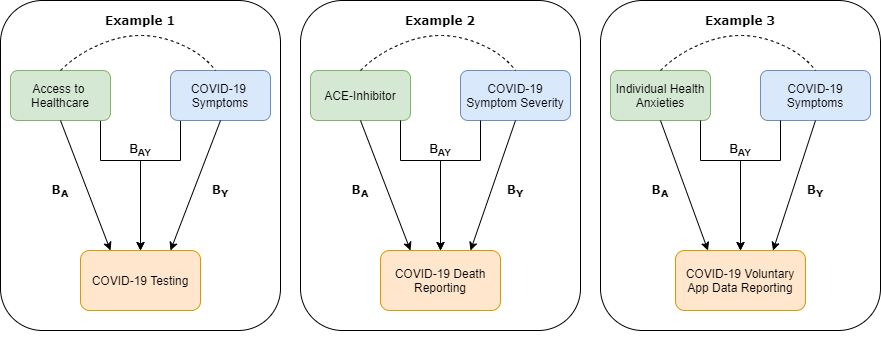
Before: www/COVID Colliders.png, a diagram exported from draw.io (Zimbabwelsh/AscRtainShiny). Source tidied: cells renumbered, new cells last; positions are measured from the earlier drawing's top-left corner, leaving out a move shared by most shapes.
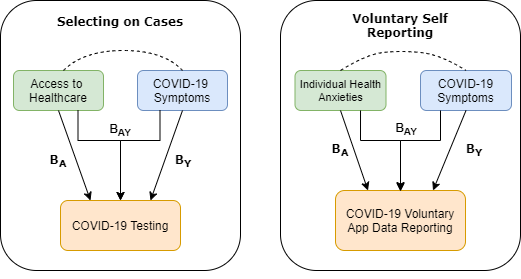
Later version of the same file.

Diff of the diagram source:
```diff
@@ -2,37 +2,14 @@
   <root>
     <mxCell id="0" />
     <mxCell id="1" parent="0" />
-    <mxCell id="2" style="rounded=1;whiteSpace=wrap;html=1;fillColor=none;fontFamily=Verdana;" parent="1" vertex="1">
-      <mxGeometry x="300" width="280" height="330" as="geometry" />
-    </mxCell>
     <mxCell id="3" style="rounded=1;whiteSpace=wrap;html=1;fillColor=none;fontFamily=Verdana;" parent="1" vertex="1">
-      <mxGeometry width="280" height="330" as="geometry" />
+      <mxGeometry width="240" height="270" as="geometry" />
     </mxCell>
-    <mxCell id="4" style="edgeStyle=orthogonalEdgeStyle;rounded=0;jettySize=auto;html=1;exitX=0.25;exitY=1;exitDx=0;exitDy=0;" parent="1" edge="1" source="5">
-      <mxGeometry relative="1" as="geometry">
-        <mxPoint x="140" y="250" as="targetPoint" />
-        <Array as="points">
-          <mxPoint x="180" y="120" />
-          <mxPoint x="180" y="160" />
-          <mxPoint x="140" y="160" />
-        </Array>
-      </mxGeometry>
-    </mxCell>
-    <mxCell id="5" value="COVID-19 &lt;br&gt;Symptoms" style="rounded=1;whiteSpace=wrap;html=1;fontSize=12;glass=0;strokeWidth=1;shadow=0;fillColor=#dae8fc;strokeColor=#6c8ebf;" parent="1" vertex="1">
-      <mxGeometry x="170" y="70" width="100" height="50" as="geometry" />
+    <mxCell id="5" value="COVID-19 &lt;br style=&quot;font-size: 12px;&quot;&gt;Symptoms" style="rounded=1;whiteSpace=wrap;html=1;fontSize=12;glass=0;strokeWidth=1;shadow=0;fillColor=#dae8fc;strokeColor=#6c8ebf;" parent="1" vertex="1">
+      <mxGeometry x="137" y="70" width="90" height="40" as="geometry" />
     </mxCell>
-    <mxCell id="6" style="edgeStyle=orthogonalEdgeStyle;rounded=0;jettySize=auto;html=1;exitX=0.75;exitY=1;exitDx=0;exitDy=0;" parent="1" edge="1" source="7">
-      <mxGeometry relative="1" as="geometry">
-        <mxPoint x="140" y="250" as="targetPoint" />
-        <Array as="points">
-          <mxPoint x="100" y="120" />
-          <mxPoint x="100" y="160" />
-          <mxPoint x="140" y="160" />
-        </Array>
-      </mxGeometry>
-    </mxCell>
-    <mxCell id="7" value="Access to &lt;br&gt;Healthcare" style="rounded=1;whiteSpace=wrap;html=1;fontSize=12;glass=0;strokeWidth=1;shadow=0;fillColor=#d5e8d4;strokeColor=#82b366;" parent="1" vertex="1">
-      <mxGeometry x="10" y="70" width="100" height="50" as="geometry" />
+    <mxCell id="7" value="Access to &lt;br style=&quot;font-size: 12px;&quot;&gt;Healthcare" style="rounded=1;whiteSpace=wrap;html=1;fontSize=12;glass=0;strokeWidth=1;shadow=0;fillColor=#d5e8d4;strokeColor=#82b366;" parent="1" vertex="1">
+      <mxGeometry x="13" y="70" width="90" height="40" as="geometry" />
     </mxCell>
     <mxCell id="8" style="endArrow=classic;html=1;exitX=0.5;exitY=1;exitDx=0;exitDy=0;entryX=0.25;entryY=0;entryDx=0;entryDy=0;" parent="1" edge="1" source="7" target="10">
       <mxGeometry relative="1" as="geometry" />
@@ -40,73 +17,35 @@
     <mxCell id="9" style="endArrow=classic;html=1;exitX=0.5;exitY=1;exitDx=0;exitDy=0;rounded=1;entryX=0.75;entryY=0;entryDx=0;entryDy=0;" parent="1" edge="1" source="5" target="10">
       <mxGeometry relative="1" as="geometry" />
     </mxCell>
-    <mxCell id="10" value="COVID-19 Testing" style="rounded=1;whiteSpace=wrap;html=1;fillColor=#ffe6cc;strokeColor=#d79b00;" parent="1" vertex="1">
-      <mxGeometry x="80" y="250" width="120" height="60" as="geometry" />
-    </mxCell>
     <mxCell id="11" value="B&lt;sub&gt;Y&lt;/sub&gt;" style="text;html=1;strokeColor=none;fillColor=none;align=center;verticalAlign=middle;whiteSpace=wrap;rounded=0;fontFamily=Verdana;fontStyle=1;" parent="1" vertex="1">
-      <mxGeometry x="200" y="180" width="40" height="20" as="geometry" />
+      <mxGeometry x="163" y="150" width="40" height="20" as="geometry" />
     </mxCell>
     <mxCell id="12" value="B&lt;sub&gt;A&lt;/sub&gt;" style="text;html=1;strokeColor=none;fillColor=none;align=center;verticalAlign=middle;whiteSpace=wrap;rounded=0;fontFamily=Verdana;fontStyle=1;" parent="1" vertex="1">
-      <mxGeometry x="40" y="180" width="40" height="20" as="geometry" />
+      <mxGeometry x="38" y="150" width="40" height="20" as="geometry" />
     </mxCell>
-    <mxCell id="13" value="COVID-19 Symptom Severity" style="rounded=1;whiteSpace=wrap;html=1;fontSize=12;glass=0;strokeWidth=1;shadow=0;fillColor=#dae8fc;strokeColor=#6c8ebf;" parent="1" vertex="1">
-      <mxGeometry x="460" y="70" width="110" height="50" as="geometry" />
-    </mxCell>
-    <mxCell id="14" value="ACE-Inhibitor" style="rounded=1;whiteSpace=wrap;html=1;fontSize=12;glass=0;strokeWidth=1;shadow=0;fillColor=#d5e8d4;strokeColor=#82b366;" parent="1" vertex="1">
-      <mxGeometry x="310" y="70" width="100" height="50" as="geometry" />
-    </mxCell>
-    <mxCell id="15" style="endArrow=classic;html=1;exitX=0.5;exitY=1;exitDx=0;exitDy=0;entryX=0.25;entryY=0;entryDx=0;entryDy=0;" parent="1" edge="1" source="14" target="17">
-      <mxGeometry relative="1" as="geometry" />
-    </mxCell>
-    <mxCell id="16" style="endArrow=classic;html=1;exitX=0.5;exitY=1;exitDx=0;exitDy=0;entryX=0.75;entryY=0;entryDx=0;entryDy=0;rounded=1;" parent="1" edge="1" source="13" target="17">
-      <mxGeometry relative="1" as="geometry" />
-    </mxCell>
-    <mxCell id="17" value="COVID-19 Death Reporting" style="rounded=1;whiteSpace=wrap;html=1;fillColor=#ffe6cc;strokeColor=#d79b00;" parent="1" vertex="1">
-      <mxGeometry x="380" y="250" width="120" height="60" as="geometry" />
-    </mxCell>
-    <mxCell id="18" value="B&lt;sub&gt;Y&lt;/sub&gt;" style="text;html=1;strokeColor=none;fillColor=none;align=center;verticalAlign=middle;whiteSpace=wrap;rounded=0;fontFamily=Verdana;fontStyle=1;" parent="1" vertex="1">
-      <mxGeometry x="495" y="180" width="40" height="20" as="geometry" />
-    </mxCell>
-    <mxCell id="19" value="B&lt;sub&gt;A&lt;/sub&gt;" style="text;html=1;strokeColor=none;fillColor=none;align=center;verticalAlign=middle;whiteSpace=wrap;rounded=0;fontFamily=Verdana;fontStyle=1;" parent="1" vertex="1">
-      <mxGeometry x="340" y="180" width="40" height="20" as="geometry" />
-    </mxCell>
-    <mxCell id="20" value="Example 1" style="text;html=1;strokeColor=none;fillColor=none;align=center;verticalAlign=middle;whiteSpace=wrap;rounded=0;fontFamily=Verdana;fontStyle=1;" parent="1" vertex="1">
-      <mxGeometry x="100" y="10" width="80" height="20" as="geometry" />
+    <mxCell id="20" value="Selecting on Cases" style="text;html=1;strokeColor=none;fillColor=none;align=center;verticalAlign=middle;whiteSpace=wrap;rounded=0;fontFamily=Verdana;fontStyle=1;" parent="1" vertex="1">
+      <mxGeometry x="55" y="11" width="130" height="20" as="geometry" />
     </mxCell>
-    <mxCell id="21" value="Example 2" style="text;html=1;strokeColor=none;fillColor=none;align=center;verticalAlign=middle;whiteSpace=wrap;rounded=0;fontFamily=Verdana;fontStyle=1;" parent="1" vertex="1">
-      <mxGeometry x="400" y="10" width="80" height="20" as="geometry" />
-    </mxCell>
     <mxCell id="22" style="edgeStyle=orthogonalEdgeStyle;rounded=0;orthogonalLoop=1;jettySize=auto;html=1;exitX=0.5;exitY=1;exitDx=0;exitDy=0;" parent="1" edge="1" source="3" target="3">
       <mxGeometry relative="1" as="geometry" />
     </mxCell>
-    <mxCell id="23" style="curved=1;endArrow=none;html=1;exitX=0.5;exitY=0;exitDx=0;exitDy=0;entryX=0.5;entryY=0;entryDx=0;entryDy=0;dashed=1;strokeColor=#000000;startArrow=none;startFill=0;endFill=0;" parent="1" edge="1" source="14" target="13">
-      <mxGeometry relative="1" as="geometry">
-        <Array as="points">
-          <mxPoint x="380" y="50" />
-          <mxPoint x="440" y="30" />
-          <mxPoint x="500" y="50" />
-        </Array>
-      </mxGeometry>
-    </mxCell>
-    <mxCell id="24" style="curved=1;endArrow=none;html=1;exitX=0.5;exitY=0;exitDx=0;exitDy=0;entryX=0.5;entryY=0;entryDx=0;entryDy=0;dashed=1;strokeColor=#000000;startArrow=none;startFill=0;endFill=0;" parent="1" edge="1">
+    <mxCell id="24" style="curved=1;endArrow=none;html=1;exitX=0.5;exitY=0;exitDx=0;exitDy=0;entryX=0.5;entryY=0;entryDx=0;entryDy=0;dashed=1;strokeColor=#000000;startArrow=none;startFill=0;endFill=0;" parent="1" edge="1" target="5">
       <mxGeometry relative="1" as="geometry">
-        <mxPoint x="60" y="70" as="sourcePoint" />
-        <mxPoint x="215" y="70" as="targetPoint" />
+        <mxPoint x="63" y="70" as="sourcePoint" />
         <Array as="points">
-          <mxPoint x="80" y="50" />
-          <mxPoint x="140" y="30" />
-          <mxPoint x="200" y="50" />
+          <mxPoint x="83" y="50" />
+          <mxPoint x="163" y="50" />
         </Array>
       </mxGeometry>
     </mxCell>
     <mxCell id="25" style="rounded=1;whiteSpace=wrap;html=1;fillColor=none;fontFamily=Verdana;" parent="1" vertex="1">
-      <mxGeometry x="600" width="280" height="330" as="geometry" />
+      <mxGeometry x="280" width="240" height="270" as="geometry" />
     </mxCell>
     <mxCell id="26" value="COVID-19 Symptoms" style="rounded=1;whiteSpace=wrap;html=1;fontSize=12;glass=0;strokeWidth=1;shadow=0;fillColor=#dae8fc;strokeColor=#6c8ebf;" parent="1" vertex="1">
-      <mxGeometry x="760" y="70" width="110" height="50" as="geometry" />
+      <mxGeometry x="420" y="70" width="91" height="40" as="geometry" />
     </mxCell>
-    <mxCell id="27" value="Individual Health Anxieties" style="rounded=1;whiteSpace=wrap;html=1;fontSize=12;glass=0;strokeWidth=1;shadow=0;fillColor=#d5e8d4;strokeColor=#82b366;" parent="1" vertex="1">
-      <mxGeometry x="610" y="70" width="100" height="50" as="geometry" />
+    <mxCell id="27" value="Individual Health Anxieties" style="rounded=1;whiteSpace=wrap;html=1;fontSize=11;glass=0;strokeWidth=1;shadow=0;fillColor=#d5e8d4;strokeColor=#82b366;" parent="1" vertex="1">
+      <mxGeometry x="294.5" y="70" width="91" height="40" as="geometry" />
     </mxCell>
     <mxCell id="28" style="endArrow=classic;html=1;exitX=0.5;exitY=1;exitDx=0;exitDy=0;entryX=0.25;entryY=0;entryDx=0;entryDy=0;" parent="1" edge="1" source="27" target="30">
       <mxGeometry relative="1" as="geometry" />
@@ -114,79 +53,73 @@
     <mxCell id="29" style="endArrow=classic;html=1;exitX=0.5;exitY=1;exitDx=0;exitDy=0;entryX=0.75;entryY=0;entryDx=0;entryDy=0;rounded=1;" parent="1" edge="1" source="26" target="30">
       <mxGeometry relative="1" as="geometry" />
     </mxCell>
-    <mxCell id="30" value="COVID-19 Voluntary App Data Reporting" style="rounded=1;whiteSpace=wrap;html=1;fillColor=#ffe6cc;strokeColor=#d79b00;" parent="1" vertex="1">
-      <mxGeometry x="675" y="250" width="130" height="60" as="geometry" />
+    <mxCell id="30" value="COVID-19 Voluntary App Data Reporting" style="rounded=1;whiteSpace=wrap;html=1;fillColor=#ffe6cc;strokeColor=#d79b00;fontSize=12;" parent="1" vertex="1">
+      <mxGeometry x="335" y="190" width="130" height="60" as="geometry" />
     </mxCell>
     <mxCell id="31" value="B&lt;sub&gt;Y&lt;/sub&gt;" style="text;html=1;strokeColor=none;fillColor=none;align=center;verticalAlign=middle;whiteSpace=wrap;rounded=0;fontFamily=Verdana;fontStyle=1;" parent="1" vertex="1">
-      <mxGeometry x="795" y="180" width="40" height="20" as="geometry" />
+      <mxGeometry x="454" y="139" width="40" height="20" as="geometry" />
     </mxCell>
     <mxCell id="32" value="B&lt;sub&gt;A&lt;/sub&gt;" style="text;html=1;strokeColor=none;fillColor=none;align=center;verticalAlign=middle;whiteSpace=wrap;rounded=0;fontFamily=Verdana;fontStyle=1;" parent="1" vertex="1">
-      <mxGeometry x="640" y="180" width="40" height="20" as="geometry" />
+      <mxGeometry x="320" y="139" width="40" height="20" as="geometry" />
     </mxCell>
-    <mxCell id="33" value="Example 3" style="text;html=1;strokeColor=none;fillColor=none;align=center;verticalAlign=middle;whiteSpace=wrap;rounded=0;fontFamily=Verdana;fontStyle=1;" parent="1" vertex="1">
-      <mxGeometry x="700" y="10" width="80" height="20" as="geometry" />
+    <mxCell id="33" value="Voluntary Self Reporting" style="text;html=1;strokeColor=none;fillColor=none;align=center;verticalAlign=middle;whiteSpace=wrap;rounded=0;fontFamily=Verdana;fontStyle=1;" parent="1" vertex="1">
+      <mxGeometry x="350" y="15" width="100" height="20" as="geometry" />
     </mxCell>
     <mxCell id="34" style="curved=1;endArrow=none;html=1;exitX=0.5;exitY=0;exitDx=0;exitDy=0;entryX=0.5;entryY=0;entryDx=0;entryDy=0;dashed=1;strokeColor=#000000;startArrow=none;startFill=0;endFill=0;" parent="1" edge="1" source="27" target="26">
       <mxGeometry relative="1" as="geometry">
         <Array as="points">
-          <mxPoint x="680" y="50" />
-          <mxPoint x="740" y="30" />
-          <mxPoint x="800" y="50" />
+          <mxPoint x="365.5" y="54" />
+          <mxPoint x="400" y="50" />
+          <mxPoint x="440" y="54" />
         </Array>
       </mxGeometry>
     </mxCell>
-    <mxCell id="35" style="edgeStyle=orthogonalEdgeStyle;rounded=0;orthogonalLoop=1;jettySize=auto;html=1;" parent="1" edge="1">
-      <mxGeometry relative="1" as="geometry">
-        <mxPoint x="400" y="120" as="sourcePoint" />
-        <mxPoint x="440" y="250" as="targetPoint" />
-        <Array as="points">
-          <mxPoint x="400" y="120" />
-          <mxPoint x="400" y="160" />
-          <mxPoint x="440" y="160" />
-        </Array>
-      </mxGeometry>
-    </mxCell>
-    <mxCell id="36" style="edgeStyle=orthogonalEdgeStyle;rounded=0;orthogonalLoop=1;jettySize=auto;html=1;" parent="1" edge="1">
-      <mxGeometry relative="1" as="geometry">
-        <mxPoint x="480" y="120" as="sourcePoint" />
-        <mxPoint x="440" y="250" as="targetPoint" />
-        <Array as="points">
-          <mxPoint x="480" y="120" />
-          <mxPoint x="480" y="160" />
-          <mxPoint x="440" y="160" />
-        </Array>
-      </mxGeometry>
-    </mxCell>
     <mxCell id="37" style="edgeStyle=orthogonalEdgeStyle;rounded=0;orthogonalLoop=1;jettySize=auto;html=1;" parent="1" edge="1">
       <mxGeometry relative="1" as="geometry">
-        <mxPoint x="780" y="120" as="sourcePoint" />
-        <mxPoint x="740" y="250" as="targetPoint" />
+        <mxPoint x="440" y="110" as="sourcePoint" />
+        <mxPoint x="400" y="191" as="targetPoint" />
         <Array as="points">
-          <mxPoint x="780" y="120" />
-          <mxPoint x="780" y="160" />
-          <mxPoint x="740" y="160" />
+          <mxPoint x="440" y="140" />
+          <mxPoint x="400" y="140" />
         </Array>
       </mxGeometry>
     </mxCell>
-    <mxCell id="38" style="edgeStyle=orthogonalEdgeStyle;rounded=0;orthogonalLoop=1;jettySize=auto;html=1;" parent="1" edge="1">
-      <mxGeometry relative="1" as="geometry">
-        <mxPoint x="700" y="120" as="sourcePoint" />
-        <mxPoint x="740" y="250" as="targetPoint" />
-        <Array as="points">
-          <mxPoint x="700" y="120" />
-          <mxPoint x="700" y="160" />
-          <mxPoint x="740" y="160" />
-        </Array>
-      </mxGeometry>
-    </mxCell>
     <mxCell id="39" value="&lt;b&gt;B&lt;sub&gt;AY&lt;/sub&gt;&lt;/b&gt;" style="text;html=1;strokeColor=none;fillColor=none;align=center;verticalAlign=middle;whiteSpace=wrap;rounded=0;" parent="1" vertex="1">
-      <mxGeometry x="120" y="140" width="40" height="20" as="geometry" />
+      <mxGeometry x="103" y="120" width="34" height="20" as="geometry" />
     </mxCell>
     <mxCell id="40" value="&lt;b&gt;B&lt;sub&gt;AY&lt;/sub&gt;&lt;/b&gt;" style="text;html=1;strokeColor=none;fillColor=none;align=center;verticalAlign=middle;whiteSpace=wrap;rounded=0;" parent="1" vertex="1">
-      <mxGeometry x="720" y="140" width="40" height="20" as="geometry" />
+      <mxGeometry x="385.5" y="119" width="40" height="20" as="geometry" />
     </mxCell>
-    <mxCell id="41" value="&lt;b&gt;B&lt;sub&gt;AY&lt;/sub&gt;&lt;/b&gt;" style="text;html=1;strokeColor=none;fillColor=none;align=center;verticalAlign=middle;whiteSpace=wrap;rounded=0;" parent="1" vertex="1">
-      <mxGeometry x="420" y="140" width="40" height="20" as="geometry" />
-    </mxCell>
+    <mxCell id="10" value="COVID-19 Testing" style="rounded=1;whiteSpace=wrap;html=1;fillColor=#ffe6cc;strokeColor=#d79b00;fontSize=12;" parent="1" vertex="1">
+      <mxGeometry x="60" y="200" width="120" height="50" as="geometry" />
+    </mxCell>
+    <mxCell id="42" style="edgeStyle=orthogonalEdgeStyle;rounded=0;orthogonalLoop=1;jettySize=auto;html=1;exitX=0.75;exitY=1;exitDx=0;exitDy=0;" parent="1" edge="1">
+      <mxGeometry relative="1" as="geometry">
+        <mxPoint x="77.5" y="110" as="sourcePoint" />
+        <mxPoint x="120" y="200" as="targetPoint" />
+        <Array as="points">
+          <mxPoint x="78" y="140" />
+          <mxPoint x="120" y="140" />
+        </Array>
+      </mxGeometry>
+    </mxCell>
+    <mxCell id="43" style="edgeStyle=orthogonalEdgeStyle;rounded=0;jettySize=auto;html=1;exitX=0.25;exitY=1;exitDx=0;exitDy=0;entryX=0.5;entryY=0;entryDx=0;entryDy=0;" parent="1" edge="1" source="5" target="10">
+      <mxGeometry relative="1" as="geometry">
+        <Array as="points">
+          <mxPoint x="160" y="140" />
+          <mxPoint x="120" y="140" />
+        </Array>
+      </mxGeometry>
+    </mxCell>
+    <mxCell id="44" style="edgeStyle=orthogonalEdgeStyle;rounded=0;jettySize=auto;html=1;exitX=0.72;exitY=1;exitDx=0;exitDy=0;exitPerimeter=0;" parent="1" edge="1" source="27">
+      <mxGeometry relative="1" as="geometry">
+        <mxPoint x="400" y="190" as="targetPoint" />
+        <Array as="points">
+          <mxPoint x="360" y="140" />
+          <mxPoint x="400" y="140" />
+          <mxPoint x="400" y="190" />
+        </Array>
+      </mxGeometry>
+    </mxCell>
   </root>
 </mxGraphModel>
```
